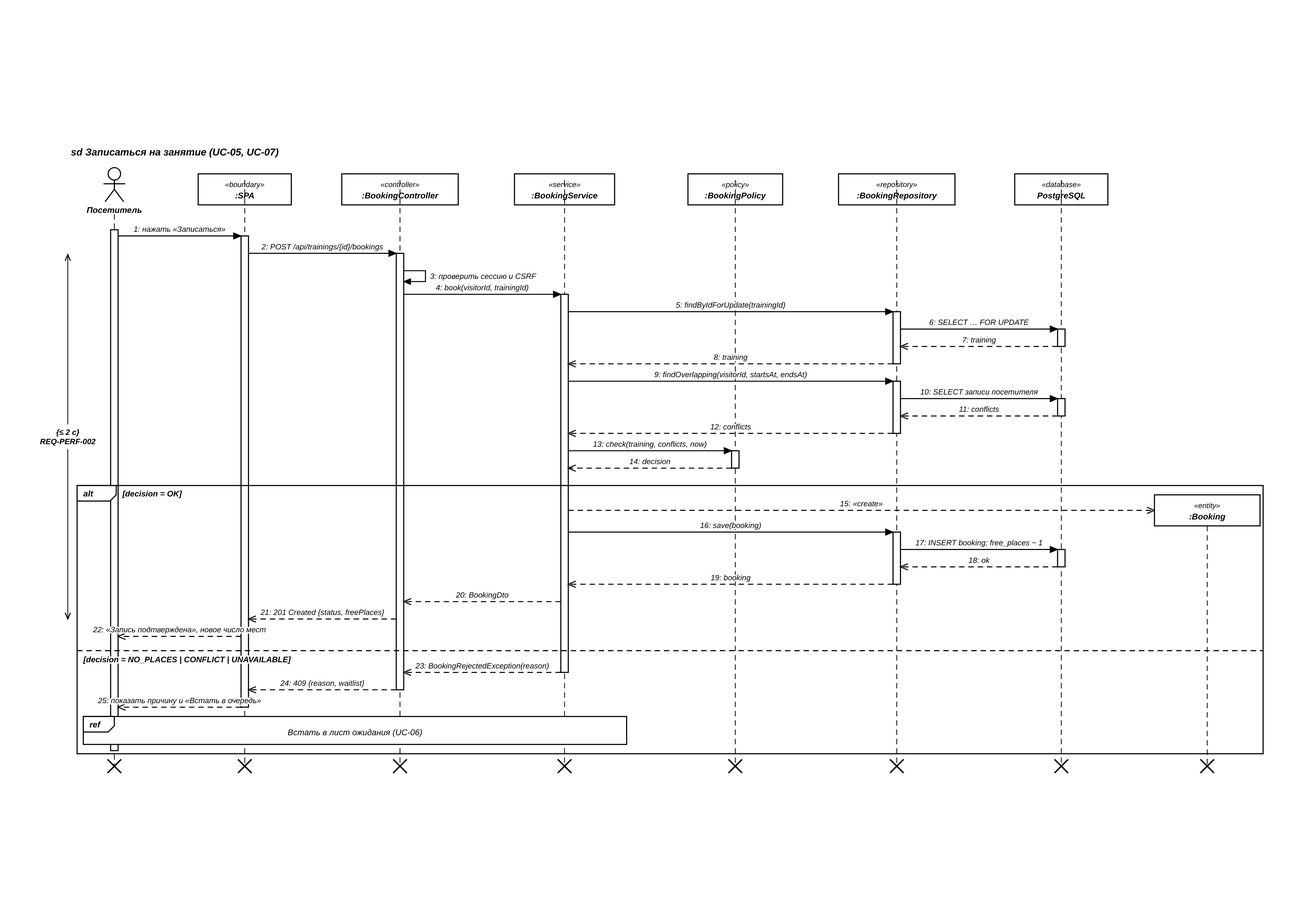
Above: docs/uml/img/sequence-booking.png in BSUIR-SDLC/SDLC (PlantUML), before the change. Its source is kept beside it as docs/uml/diagrams/sequence-booking.puml. Source of this version:
```plantuml
@startuml sequence-booking

skinparam monochrome true
autonumber
title sd Записаться на занятие (UC-05, UC-07)

actor "Посетитель" as V
boundary ":SPA" as SPA
control ":BookingController" as C <<controller>>
control ":BookingService" as S <<service>>
entity ":BookingPolicy" as P <<policy>>
participant ":BookingRepository" as R <<repository>>
database "PostgreSQL" as DB

activate V
V -> SPA : нажать «Записаться»
activate SPA
SPA -> C : POST /api/trainings/{id}/bookings
activate C
note left of C : {≤ 2 с, REQ-PERF-002}
C -> C : проверить сессию и CSRF
C -> S : book(visitorId, trainingId)
activate S
S -> R : findByIdForUpdate(trainingId)
activate R
R -> DB : SELECT … FOR UPDATE
activate DB
DB --> R : training
deactivate DB
R --> S : training
deactivate R
S -> R : findOverlapping(visitorId, startsAt, endsAt)
activate R
R -> DB : SELECT записи посетителя
activate DB
DB --> R : conflicts
deactivate DB
R --> S : conflicts
deactivate R
S -> P : check(training, conflicts, now)
activate P
P --> S : decision
deactivate P

alt decision = OK
  create entity ":Booking" as B <<entity>>
  S --> B : <<create>>
  S -> R : save(booking)
  activate R
  R -> DB : INSERT booking; free_places − 1
  activate DB
  DB --> R : ok
  deactivate DB
  R --> S : booking
  deactivate R
  S --> C : BookingDto
  C --> SPA : 201 Created {status, freePlaces}
  SPA --> V : «Запись подтверждена», новое число мест
else decision = NO_PLACES | CONFLICT | UNAVAILABLE
  S --> C : BookingRejectedException(reason)
  deactivate S
  C --> SPA : 409 {reason, waitlist}
  deactivate C
  SPA --> V : показать причину и «Встать в очередь»
  deactivate SPA
  ref over V, SPA, C, S : Встать в лист ожидания (UC-06)
end
deactivate V

destroy V
destroy SPA
destroy C
destroy S
destroy P
destroy R
destroy DB
destroy B
@enduml
```
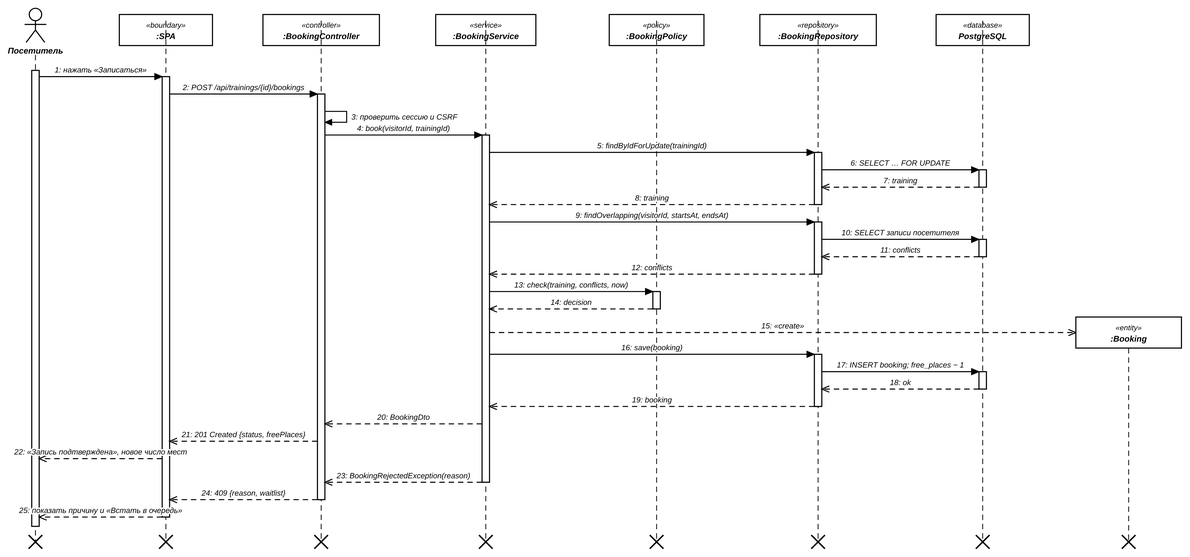
The same file after the commit.

What changed in the source:
```diff
@@ -17,7 +17,6 @@
 activate SPA
 SPA -> C : POST /api/trainings/{id}/bookings
 activate C
-note left of C : {≤ 2 с, REQ-PERF-002}
 C -> C : проверить сессию и CSRF
 C -> S : book(visitorId, trainingId)
 activate S
@@ -42,29 +41,25 @@
 P --> S : decision
 deactivate P
 
-alt decision = OK
-  create entity ":Booking" as B <<entity>>
-  S --> B : <<create>>
-  S -> R : save(booking)
-  activate R
-  R -> DB : INSERT booking; free_places − 1
-  activate DB
-  DB --> R : ok
-  deactivate DB
-  R --> S : booking
-  deactivate R
-  S --> C : BookingDto
-  C --> SPA : 201 Created {status, freePlaces}
-  SPA --> V : «Запись подтверждена», новое число мест
-else decision = NO_PLACES | CONFLICT | UNAVAILABLE
-  S --> C : BookingRejectedException(reason)
-  deactivate S
-  C --> SPA : 409 {reason, waitlist}
-  deactivate C
-  SPA --> V : показать причину и «Встать в очередь»
-  deactivate SPA
-  ref over V, SPA, C, S : Встать в лист ожидания (UC-06)
-end
+create entity ":Booking" as B <<entity>>
+S --> B : <<create>>
+S -> R : save(booking)
+activate R
+R -> DB : INSERT booking; free_places − 1
+activate DB
+DB --> R : ok
+deactivate DB
+R --> S : booking
+deactivate R
+S --> C : BookingDto
+C --> SPA : 201 Created {status, freePlaces}
+SPA --> V : «Запись подтверждена», новое число мест
+S --> C : BookingRejectedException(reason)
+deactivate S
+C --> SPA : 409 {reason, waitlist}
+deactivate C
+SPA --> V : показать причину и «Встать в очередь»
+deactivate SPA
 deactivate V
 
 destroy V
```
